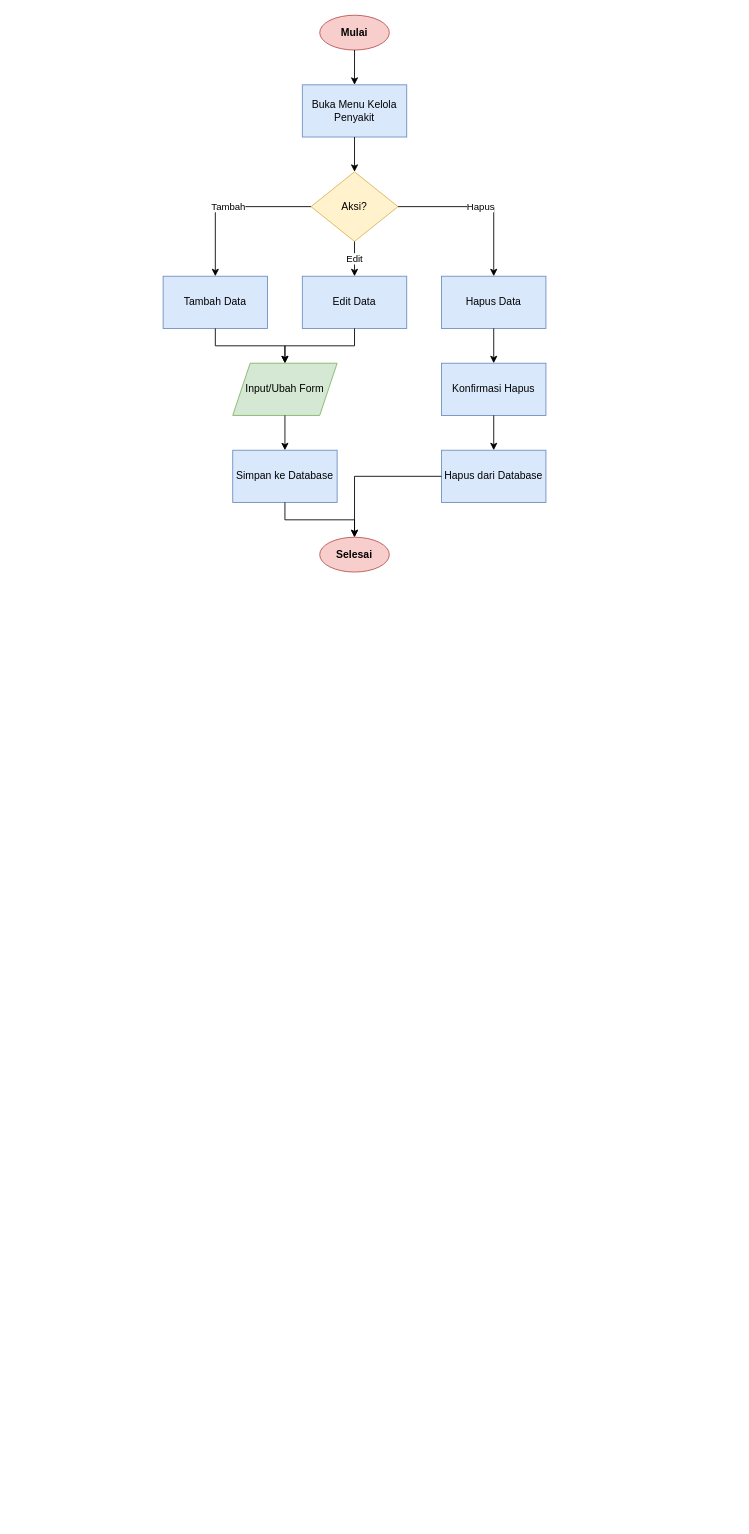
Earlier version of the draw.io diagram diagram/flowchart/admin_penyakit.drawio (Jinsky/Jinsky). Source tidied: cells renumbered, new cells numbered last; positions are measured from the earlier drawing's top-left corner, leaving out a move shared by most shapes. Both pictures are drawn from the tidied source at 87%, with x=0, y=0 at pixel (163, 15).
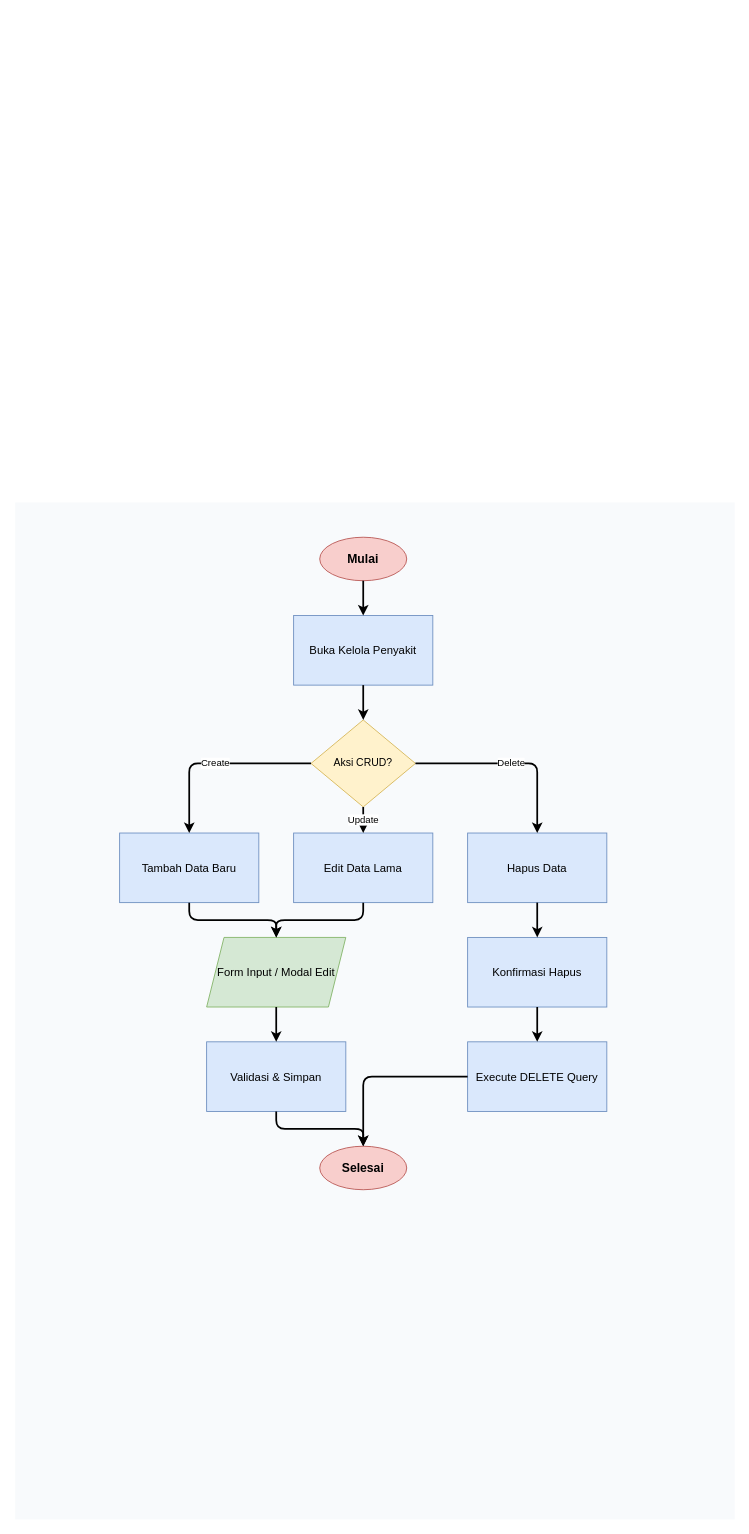
The same page after the edit.

Change to the diagram source:
```diff
@@
-    <mxCell id="2" value="Mulai" style="ellipse;whiteSpace=wrap;html=1;fillColor=#f8cecc;strokeColor=#b85450;fontStyle=1;" parent="1" vertex="1">
-      <mxGeometry x="180" width="80" height="40" as="geometry" />
-    </mxCell>
-    <mxCell id="3" value="Buka Menu Kelola Penyakit" style="rounded=0;whiteSpace=wrap;html=1;fillColor=#dae8fc;strokeColor=#6c8ebf;" parent="1" vertex="1">
-      <mxGeometry x="160" y="80" width="120" height="60" as="geometry" />
-    </mxCell>
-    <mxCell id="4" value="Aksi?" style="rhombus;whiteSpace=wrap;html=1;fillColor=#fff2cc;strokeColor=#d6b656;" parent="1" vertex="1">
-      <mxGeometry x="170" y="180" width="100" height="80" as="geometry" />
-    </mxCell>
-    <mxCell id="5" value="Tambah Data" style="rounded=0;whiteSpace=wrap;html=1;fillColor=#dae8fc;strokeColor=#6c8ebf;" parent="1" vertex="1">
-      <mxGeometry y="300" width="120" height="60" as="geometry" />
-    </mxCell>
-    <mxCell id="6" value="Edit Data" style="rounded=0;whiteSpace=wrap;html=1;fillColor=#dae8fc;strokeColor=#6c8ebf;" parent="1" vertex="1">
-      <mxGeometry x="160" y="300" width="120" height="60" as="geometry" />
-    </mxCell>
-    <mxCell id="7" value="Hapus Data" style="rounded=0;whiteSpace=wrap;html=1;fillColor=#dae8fc;strokeColor=#6c8ebf;" parent="1" vertex="1">
-      <mxGeometry x="320" y="300" width="120" height="60" as="geometry" />
-    </mxCell>
-    <mxCell id="8" value="Input/Ubah Form" style="shape=parallelogram;perimeter=parallelogramPerimeter;whiteSpace=wrap;html=1;fixedSize=1;fillColor=#d5e8d4;strokeColor=#82b366;" parent="1" vertex="1">
-      <mxGeometry x="80" y="400" width="120" height="60" as="geometry" />
-    </mxCell>
-    <mxCell id="9" value="Simpan ke Database" style="rounded=0;whiteSpace=wrap;html=1;fillColor=#dae8fc;strokeColor=#6c8ebf;" parent="1" vertex="1">
-      <mxGeometry x="80" y="500" width="120" height="60" as="geometry" />
-    </mxCell>
-    <mxCell id="10" value="Konfirmasi Hapus" style="rounded=0;whiteSpace=wrap;html=1;fillColor=#dae8fc;strokeColor=#6c8ebf;" parent="1" vertex="1">
-      <mxGeometry x="320" y="400" width="120" height="60" as="geometry" />
-    </mxCell>
-    <mxCell id="11" value="Hapus dari Database" style="rounded=0;whiteSpace=wrap;html=1;fillColor=#dae8fc;strokeColor=#6c8ebf;" parent="1" vertex="1">
-      <mxGeometry x="320" y="500" width="120" height="60" as="geometry" />
-    </mxCell>
+    <mxCell id="25" style="rounded=0;whiteSpace=wrap;html=1;fillColor=#f8fafc;strokeColor=none;" parent="1" vertex="1">
+      <mxGeometry x="-170" y="560" width="827" height="1169" as="geometry" />
+    </mxCell>
-    <mxCell id="12" value="Selesai" style="ellipse;whiteSpace=wrap;html=1;fillColor=#f8cecc;strokeColor=#b85450;fontStyle=1;" parent="1" vertex="1">
-      <mxGeometry x="180" y="600" width="80" height="40" as="geometry" />
+    <mxCell id="12" value="Mulai" style="ellipse;whiteSpace=wrap;html=1;fillColor=#f8cecc;strokeColor=#b85450;fontStyle=1;fontSize=14;" parent="1" vertex="1">
+      <mxGeometry x="180" y="600" width="100" height="50" as="geometry" />
     </mxCell>
-    <mxCell id="13" style="edgeStyle=orthogonalEdgeStyle;rounded=0;jettySize=auto;html=1;" parent="1" edge="1" source="2" target="3">
-      <mxGeometry relative="1" as="geometry" />
+    <mxCell id="13" value="Buka Kelola Penyakit" style="rounded=0;whiteSpace=wrap;html=1;fillColor=#dae8fc;strokeColor=#6c8ebf;fontSize=13;" parent="1" vertex="1">
+      <mxGeometry x="150" y="690" width="160" height="80" as="geometry" />
     </mxCell>
-    <mxCell id="14" style="edgeStyle=orthogonalEdgeStyle;rounded=0;jettySize=auto;html=1;" parent="1" edge="1" source="3" target="4">
-      <mxGeometry relative="1" as="geometry" />
+    <mxCell id="14" value="Aksi CRUD?" style="rhombus;whiteSpace=wrap;html=1;fillColor=#fff2cc;strokeColor=#d6b656;fontSize=12;" parent="1" vertex="1">
+      <mxGeometry x="170" y="810" width="120" height="100" as="geometry" />
     </mxCell>
-    <mxCell id="15" value="Tambah" style="edgeStyle=orthogonalEdgeStyle;rounded=0;jettySize=auto;html=1;" parent="1" edge="1" source="4" target="5">
-      <mxGeometry relative="1" as="geometry" />
+    <mxCell id="15" value="Tambah Data Baru" style="rounded=0;whiteSpace=wrap;html=1;fillColor=#dae8fc;strokeColor=#6c8ebf;fontSize=13;" parent="1" vertex="1">
+      <mxGeometry x="-50" y="940" width="160" height="80" as="geometry" />
     </mxCell>
-    <mxCell id="16" value="Edit" style="edgeStyle=orthogonalEdgeStyle;rounded=0;jettySize=auto;html=1;" parent="1" edge="1" source="4" target="6">
-      <mxGeometry relative="1" as="geometry" />
+    <mxCell id="16" value="Edit Data Lama" style="rounded=0;whiteSpace=wrap;html=1;fillColor=#dae8fc;strokeColor=#6c8ebf;fontSize=13;" parent="1" vertex="1">
+      <mxGeometry x="150" y="940" width="160" height="80" as="geometry" />
     </mxCell>
-    <mxCell id="17" value="Hapus" style="edgeStyle=orthogonalEdgeStyle;rounded=0;jettySize=auto;html=1;" parent="1" edge="1" source="4" target="7">
-      <mxGeometry relative="1" as="geometry" />
+    <mxCell id="17" value="Hapus Data" style="rounded=0;whiteSpace=wrap;html=1;fillColor=#dae8fc;strokeColor=#6c8ebf;fontSize=13;" parent="1" vertex="1">
+      <mxGeometry x="350" y="940" width="160" height="80" as="geometry" />
     </mxCell>
-    <mxCell id="18" style="edgeStyle=orthogonalEdgeStyle;rounded=0;jettySize=auto;html=1;" parent="1" edge="1" source="5" target="8">
-      <mxGeometry relative="1" as="geometry" />
+    <mxCell id="18" value="Form Input / Modal Edit" style="shape=parallelogram;perimeter=parallelogramPerimeter;whiteSpace=wrap;html=1;fixedSize=1;fillColor=#d5e8d4;strokeColor=#82b366;fontSize=13;" parent="1" vertex="1">
+      <mxGeometry x="50" y="1060" width="160" height="80" as="geometry" />
     </mxCell>
-    <mxCell id="19" style="edgeStyle=orthogonalEdgeStyle;rounded=0;jettySize=auto;html=1;" parent="1" edge="1" source="6" target="8">
-      <mxGeometry relative="1" as="geometry" />
+    <mxCell id="19" value="Validasi &amp; Simpan" style="rounded=0;whiteSpace=wrap;html=1;fillColor=#dae8fc;strokeColor=#6c8ebf;fontSize=13;" parent="1" vertex="1">
+      <mxGeometry x="50" y="1180" width="160" height="80" as="geometry" />
     </mxCell>
-    <mxCell id="20" style="edgeStyle=orthogonalEdgeStyle;rounded=0;jettySize=auto;html=1;" parent="1" edge="1" source="8" target="9">
-      <mxGeometry relative="1" as="geometry" />
+    <mxCell id="20" value="Konfirmasi Hapus" style="rounded=0;whiteSpace=wrap;html=1;fillColor=#dae8fc;strokeColor=#6c8ebf;fontSize=13;" parent="1" vertex="1">
+      <mxGeometry x="350" y="1060" width="160" height="80" as="geometry" />
     </mxCell>
-    <mxCell id="21" style="edgeStyle=orthogonalEdgeStyle;rounded=0;jettySize=auto;html=1;" parent="1" edge="1" source="9" target="12">
-      <mxGeometry relative="1" as="geometry" />
+    <mxCell id="21" value="Execute DELETE Query" style="rounded=0;whiteSpace=wrap;html=1;fillColor=#dae8fc;strokeColor=#6c8ebf;fontSize=13;" parent="1" vertex="1">
+      <mxGeometry x="350" y="1180" width="160" height="80" as="geometry" />
     </mxCell>
-    <mxCell id="22" style="edgeStyle=orthogonalEdgeStyle;rounded=0;jettySize=auto;html=1;" parent="1" edge="1" source="7" target="10">
-      <mxGeometry relative="1" as="geometry" />
+    <mxCell id="22" value="Selesai" style="ellipse;whiteSpace=wrap;html=1;fillColor=#f8cecc;strokeColor=#b85450;fontStyle=1;fontSize=14;" parent="1" vertex="1">
+      <mxGeometry x="180" y="1300" width="100" height="50" as="geometry" />
     </mxCell>
-    <mxCell id="23" style="edgeStyle=orthogonalEdgeStyle;rounded=0;jettySize=auto;html=1;" parent="1" edge="1" source="10" target="11">
-      <mxGeometry relative="1" as="geometry" />
-    </mxCell>
-    <mxCell id="24" style="edgeStyle=orthogonalEdgeStyle;rounded=0;jettySize=auto;html=1;" parent="1" edge="1" source="11" target="12">
-      <mxGeometry relative="1" as="geometry" />
-    </mxCell>
+    <mxCell id="26" style="edgeStyle=orthogonalEdgeStyle;rounded=1;jettySize=auto;html=1;strokeWidth=2;fontSize=11;" parent="1" edge="1" source="12" target="13">
+      <mxGeometry relative="1" as="geometry" />
+    </mxCell>
+    <mxCell id="27" style="edgeStyle=orthogonalEdgeStyle;rounded=1;jettySize=auto;html=1;strokeWidth=2;fontSize=11;" parent="1" edge="1" source="13" target="14">
+      <mxGeometry relative="1" as="geometry" />
+    </mxCell>
+    <mxCell id="28" value="Create" style="edgeStyle=orthogonalEdgeStyle;rounded=1;jettySize=auto;html=1;strokeWidth=2;fontSize=11;" parent="1" edge="1" source="14" target="15">
+      <mxGeometry relative="1" as="geometry" />
+    </mxCell>
+    <mxCell id="29" value="Update" style="edgeStyle=orthogonalEdgeStyle;rounded=1;jettySize=auto;html=1;strokeWidth=2;fontSize=11;" parent="1" edge="1" source="14" target="16">
+      <mxGeometry relative="1" as="geometry" />
+    </mxCell>
+    <mxCell id="30" value="Delete" style="edgeStyle=orthogonalEdgeStyle;rounded=1;jettySize=auto;html=1;strokeWidth=2;fontSize=11;" parent="1" edge="1" source="14" target="17">
+      <mxGeometry relative="1" as="geometry" />
+    </mxCell>
+    <mxCell id="31" style="edgeStyle=orthogonalEdgeStyle;rounded=1;jettySize=auto;html=1;strokeWidth=2;fontSize=11;" parent="1" edge="1" source="15" target="18">
+      <mxGeometry relative="1" as="geometry" />
+    </mxCell>
+    <mxCell id="32" style="edgeStyle=orthogonalEdgeStyle;rounded=1;jettySize=auto;html=1;strokeWidth=2;fontSize=11;" parent="1" edge="1" source="16" target="18">
+      <mxGeometry relative="1" as="geometry" />
+    </mxCell>
+    <mxCell id="33" style="edgeStyle=orthogonalEdgeStyle;rounded=1;jettySize=auto;html=1;strokeWidth=2;fontSize=11;" parent="1" edge="1" source="18" target="19">
+      <mxGeometry relative="1" as="geometry" />
+    </mxCell>
+    <mxCell id="34" style="edgeStyle=orthogonalEdgeStyle;rounded=1;jettySize=auto;html=1;strokeWidth=2;fontSize=11;" parent="1" edge="1" source="19" target="22">
+      <mxGeometry relative="1" as="geometry" />
+    </mxCell>
+    <mxCell id="35" style="edgeStyle=orthogonalEdgeStyle;rounded=1;jettySize=auto;html=1;strokeWidth=2;fontSize=11;" parent="1" edge="1" source="17" target="20">
+      <mxGeometry relative="1" as="geometry" />
+    </mxCell>
+    <mxCell id="36" style="edgeStyle=orthogonalEdgeStyle;rounded=1;jettySize=auto;html=1;strokeWidth=2;fontSize=11;" parent="1" edge="1" source="20" target="21">
+      <mxGeometry relative="1" as="geometry" />
+    </mxCell>
+    <mxCell id="37" style="edgeStyle=orthogonalEdgeStyle;rounded=1;jettySize=auto;html=1;strokeWidth=2;fontSize=11;" parent="1" edge="1" source="21" target="22">
+      <mxGeometry relative="1" as="geometry" />
+    </mxCell>
```
